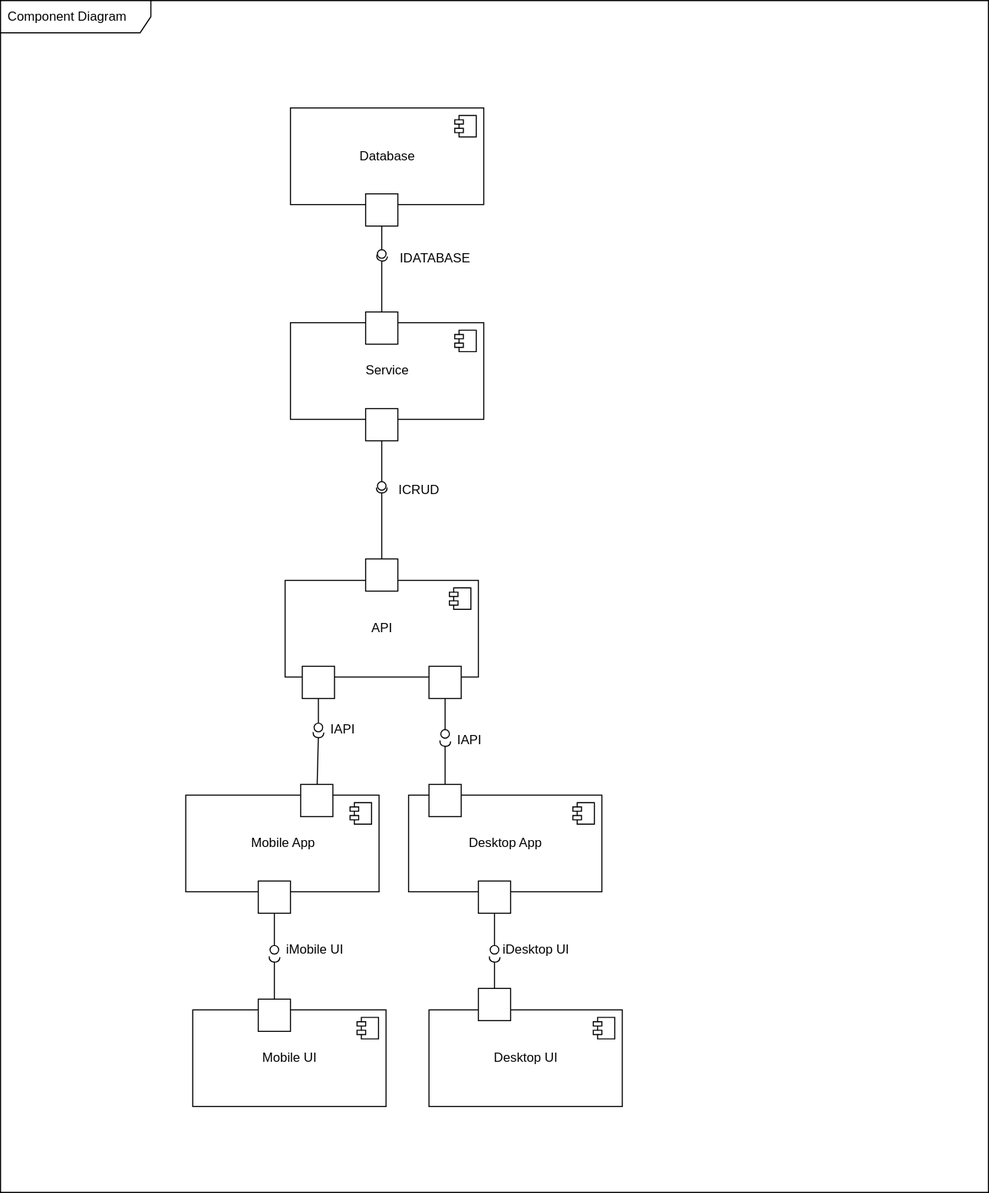
Above: Component_Diagram.svg in samuelpilusa365/myRepo (draw.io), before the change. Source tidied: cells renumbered, new cells last; positions are measured from the earlier drawing's top-left corner, leaving out a move shared by most shapes.
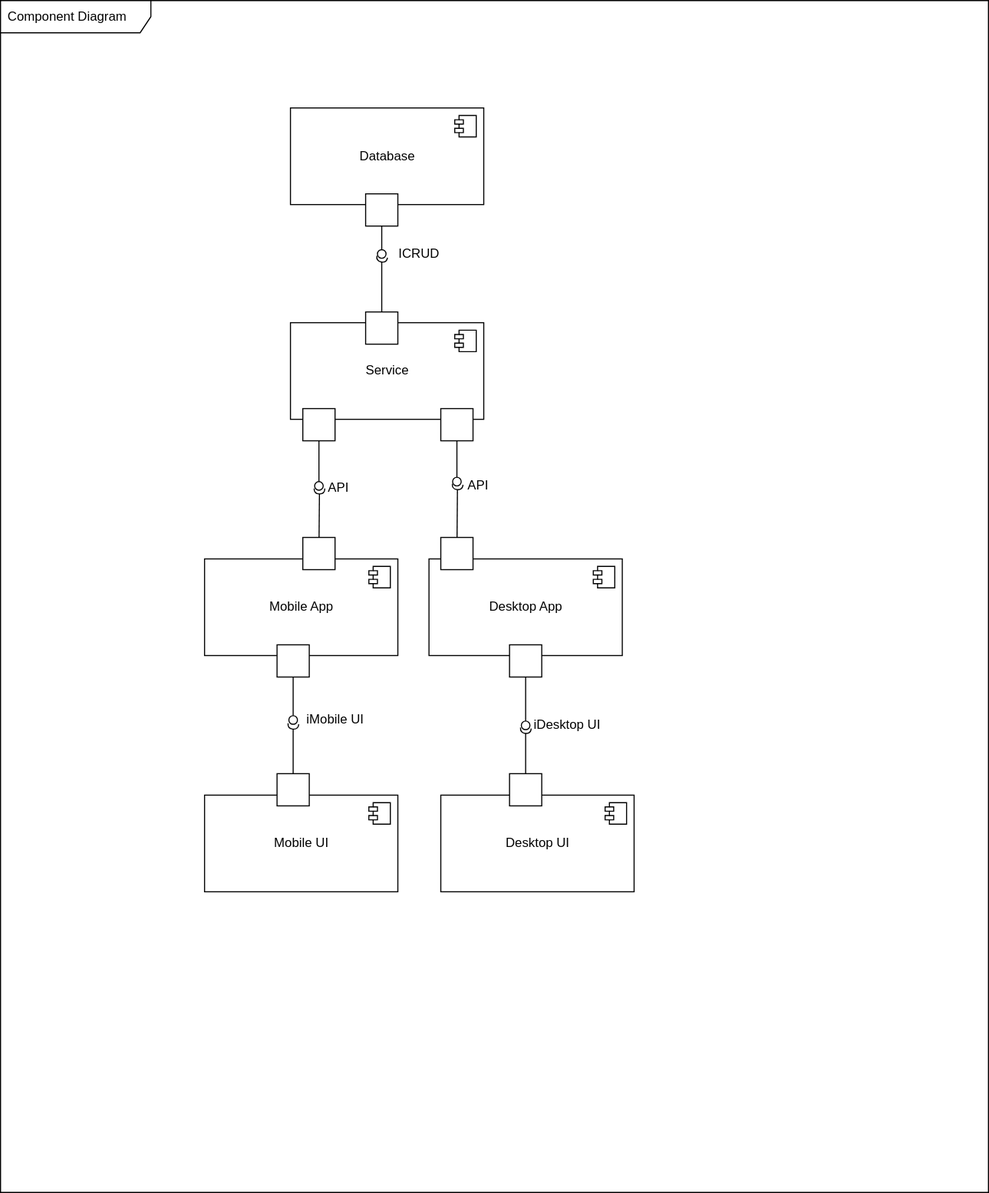
The same diagram one commit later.

Change to the diagram source:
```diff
@@ -21,8 +21,8 @@
         <mxPoint x="-27" y="7" as="offset" />
       </mxGeometry>
     </mxCell>
-    <mxCell id="7" value="API" style="html=1;" parent="1" vertex="1">
-      <mxGeometry x="265" y="540" width="180" height="90" as="geometry" />
+    <mxCell id="7" value="Mobile App" style="html=1;" parent="1" vertex="1">
+      <mxGeometry x="190" y="520" width="180" height="90" as="geometry" />
     </mxCell>
     <mxCell id="8" style="shape=module;jettyWidth=8;jettyHeight=4;" parent="7" vertex="1">
       <mxGeometry x="1" width="20" height="20" relative="1" as="geometry">
@@ -30,7 +30,7 @@
       </mxGeometry>
     </mxCell>
     <mxCell id="9" value="Desktop App" style="html=1;" parent="1" vertex="1">
-      <mxGeometry x="380" y="740" width="180" height="90" as="geometry" />
+      <mxGeometry x="399" y="520" width="180" height="90" as="geometry" />
     </mxCell>
     <mxCell id="10" style="shape=module;jettyWidth=8;jettyHeight=4;" parent="9" vertex="1">
       <mxGeometry x="1" width="20" height="20" relative="1" as="geometry">
@@ -53,110 +53,81 @@
       <mxGeometry relative="1" as="geometry" />
     </mxCell>
     <mxCell id="16" style="shape=requiredInterface;html=1;fontSize=11;align=center;fillColor=none;points=[];verticalAlign=bottom;labelPosition=center;verticalLabelPosition=top;flipH=1;rotation=-80;" parent="1" vertex="1">
-      <mxGeometry x="352.5" y="235" width="5" height="10" as="geometry" />
+      <mxGeometry x="352.5" y="236" width="5" height="10" as="geometry" />
     </mxCell>
     <mxCell id="17" style="html=1;rounded=0;" parent="1" vertex="1">
-      <mxGeometry x="340" y="380" width="30" height="30" as="geometry" />
+      <mxGeometry x="281.5" y="380" width="30" height="30" as="geometry" />
     </mxCell>
     <mxCell id="18" style="endArrow=none;html=1;rounded=0;align=center;verticalAlign=top;endFill=0;labelBackgroundColor=none;endSize=2;" parent="1" edge="1" source="17" target="19">
       <mxGeometry relative="1" as="geometry" />
     </mxCell>
     <mxCell id="19" style="ellipse;html=1;fontSize=11;align=center;fillColor=none;points=[];verticalAlign=bottom;labelPosition=center;verticalLabelPosition=top;flipH=1;" parent="1" vertex="1">
-      <mxGeometry x="351" y="448" width="8" height="8" as="geometry" />
+      <mxGeometry x="292.5" y="448" width="8" height="8" as="geometry" />
     </mxCell>
     <mxCell id="20" style="html=1;rounded=0;" parent="1" vertex="1">
-      <mxGeometry x="340" y="520" width="30" height="30" as="geometry" />
+      <mxGeometry x="281.5" y="500" width="30" height="30" as="geometry" />
     </mxCell>
     <mxCell id="21" style="endArrow=none;html=1;rounded=0;align=center;verticalAlign=top;endFill=0;labelBackgroundColor=none;endSize=2;" parent="1" edge="1" source="20" target="22">
       <mxGeometry relative="1" as="geometry" />
     </mxCell>
     <mxCell id="22" style="shape=requiredInterface;html=1;fontSize=11;align=center;fillColor=none;points=[];verticalAlign=bottom;labelPosition=center;verticalLabelPosition=top;flipH=1;rotation=-90;" parent="1" vertex="1">
-      <mxGeometry x="352.5" y="451" width="5" height="10" as="geometry" />
+      <mxGeometry x="294.5" y="452" width="5" height="10" as="geometry" />
     </mxCell>
     <mxCell id="23" style="html=1;rounded=0;" parent="1" vertex="1">
-      <mxGeometry x="399" y="620" width="30" height="30" as="geometry" />
+      <mxGeometry x="410" y="380" width="30" height="30" as="geometry" />
     </mxCell>
     <mxCell id="24" style="endArrow=none;html=1;rounded=0;align=center;verticalAlign=top;endFill=0;labelBackgroundColor=none;endSize=2;" parent="1" edge="1" source="23" target="25">
       <mxGeometry relative="1" as="geometry" />
     </mxCell>
     <mxCell id="25" style="ellipse;html=1;fontSize=11;align=center;fillColor=none;points=[];verticalAlign=bottom;labelPosition=center;verticalLabelPosition=top;flipH=1;" parent="1" vertex="1">
-      <mxGeometry x="410" y="679" width="8" height="8" as="geometry" />
+      <mxGeometry x="421" y="444" width="8" height="8" as="geometry" />
     </mxCell>
     <mxCell id="26" style="html=1;rounded=0;" parent="1" vertex="1">
-      <mxGeometry x="399" y="730" width="30" height="30" as="geometry" />
+      <mxGeometry x="410" y="500" width="30" height="30" as="geometry" />
     </mxCell>
     <mxCell id="27" style="endArrow=none;html=1;rounded=0;align=center;verticalAlign=top;endFill=0;labelBackgroundColor=none;endSize=2;" parent="1" edge="1" source="26" target="28">
       <mxGeometry relative="1" as="geometry" />
     </mxCell>
     <mxCell id="28" style="shape=requiredInterface;html=1;fontSize=11;align=center;fillColor=none;points=[];verticalAlign=bottom;labelPosition=center;verticalLabelPosition=top;flipH=1;rotation=-85;" parent="1" vertex="1">
-      <mxGeometry x="411.5" y="687" width="5" height="10" as="geometry" />
+      <mxGeometry x="423" y="448" width="5" height="10" as="geometry" />
     </mxCell>
-    <mxCell id="29" value="IDATABASE" style="text;html=1;strokeColor=none;fillColor=none;align=center;verticalAlign=middle;whiteSpace=wrap;rounded=0;" parent="1" vertex="1">
-      <mxGeometry x="385" y="230" width="40" height="20" as="geometry" />
-    </mxCell>
     <mxCell id="30" value="ICRUD" style="text;html=1;strokeColor=none;fillColor=none;align=center;verticalAlign=middle;whiteSpace=wrap;rounded=0;" parent="1" vertex="1">
-      <mxGeometry x="370" y="446" width="40" height="20" as="geometry" />
+      <mxGeometry x="370" y="226" width="40" height="20" as="geometry" />
     </mxCell>
-    <mxCell id="31" value="IAPI" style="text;html=1;strokeColor=none;fillColor=none;align=center;verticalAlign=middle;whiteSpace=wrap;rounded=0;" parent="1" vertex="1">
-      <mxGeometry x="298.5" y="669" width="40" height="20" as="geometry" />
+    <mxCell id="31" value="API" style="text;html=1;strokeColor=none;fillColor=none;align=center;verticalAlign=middle;whiteSpace=wrap;rounded=0;" parent="1" vertex="1">
+      <mxGeometry x="294.5" y="444" width="40" height="20" as="geometry" />
     </mxCell>
-    <mxCell id="32" value="Mobile App" style="html=1;" parent="1" vertex="1">
-      <mxGeometry x="172.5" y="740" width="180" height="90" as="geometry" />
-    </mxCell>
-    <mxCell id="33" style="shape=module;jettyWidth=8;jettyHeight=4;" parent="32" vertex="1">
-      <mxGeometry x="1" width="20" height="20" relative="1" as="geometry">
-        <mxPoint x="-27" y="7" as="offset" />
-      </mxGeometry>
-    </mxCell>
     <mxCell id="34" style="html=1;rounded=0;" parent="1" vertex="1">
-      <mxGeometry x="281" y="620" width="30" height="30" as="geometry" />
+      <mxGeometry x="257.5" y="600" width="30" height="30" as="geometry" />
     </mxCell>
     <mxCell id="35" style="endArrow=none;html=1;rounded=0;align=center;verticalAlign=top;endFill=0;labelBackgroundColor=none;endSize=2;" parent="1" edge="1" source="34" target="36">
       <mxGeometry relative="1" as="geometry" />
     </mxCell>
     <mxCell id="36" style="ellipse;html=1;fontSize=11;align=center;fillColor=none;points=[];verticalAlign=bottom;labelPosition=center;verticalLabelPosition=top;flipH=1;" parent="1" vertex="1">
-      <mxGeometry x="292" y="673" width="8" height="8" as="geometry" />
+      <mxGeometry x="268.5" y="666" width="8" height="8" as="geometry" />
     </mxCell>
-    <mxCell id="37" style="html=1;rounded=0;" parent="1" vertex="1">
-      <mxGeometry x="279.5" y="730" width="30" height="30" as="geometry" />
-    </mxCell>
-    <mxCell id="38" style="endArrow=none;html=1;rounded=0;align=center;verticalAlign=top;endFill=0;labelBackgroundColor=none;endSize=2;" parent="1" edge="1" source="37" target="39">
-      <mxGeometry relative="1" as="geometry" />
-    </mxCell>
-    <mxCell id="39" style="shape=requiredInterface;html=1;fontSize=11;align=center;fillColor=none;points=[];verticalAlign=bottom;labelPosition=center;verticalLabelPosition=top;flipH=1;rotation=-88;" parent="1" vertex="1">
-      <mxGeometry x="293.5" y="679" width="5" height="10" as="geometry" />
-    </mxCell>
-    <mxCell id="40" value="IAPI" style="text;html=1;strokeColor=none;fillColor=none;align=center;verticalAlign=middle;whiteSpace=wrap;rounded=0;" parent="1" vertex="1">
-      <mxGeometry x="416.5" y="679" width="40" height="20" as="geometry" />
+    <mxCell id="40" value="API" style="text;html=1;strokeColor=none;fillColor=none;align=center;verticalAlign=middle;whiteSpace=wrap;rounded=0;" parent="1" vertex="1">
+      <mxGeometry x="425" y="442" width="40" height="20" as="geometry" />
     </mxCell>
     <mxCell id="41" value="Mobile UI" style="html=1;" parent="1" vertex="1">
-      <mxGeometry x="179" y="940" width="180" height="90" as="geometry" />
+      <mxGeometry x="190" y="740" width="180" height="90" as="geometry" />
     </mxCell>
     <mxCell id="42" style="shape=module;jettyWidth=8;jettyHeight=4;" parent="41" vertex="1">
       <mxGeometry x="1" width="20" height="20" relative="1" as="geometry">
         <mxPoint x="-27" y="7" as="offset" />
       </mxGeometry>
     </mxCell>
-    <mxCell id="43" style="html=1;rounded=0;" parent="1" vertex="1">
-      <mxGeometry x="240" y="820" width="30" height="30" as="geometry" />
-    </mxCell>
-    <mxCell id="44" style="endArrow=none;html=1;rounded=0;align=center;verticalAlign=top;endFill=0;labelBackgroundColor=none;endSize=2;" parent="1" edge="1" source="43" target="45">
-      <mxGeometry relative="1" as="geometry" />
-    </mxCell>
-    <mxCell id="45" style="ellipse;html=1;fontSize=11;align=center;fillColor=none;points=[];verticalAlign=bottom;labelPosition=center;verticalLabelPosition=top;flipH=1;" parent="1" vertex="1">
-      <mxGeometry x="251" y="880" width="8" height="8" as="geometry" />
-    </mxCell>
     <mxCell id="46" style="html=1;rounded=0;" parent="1" vertex="1">
-      <mxGeometry x="240" y="930" width="30" height="30" as="geometry" />
+      <mxGeometry x="257.5" y="720" width="30" height="30" as="geometry" />
     </mxCell>
     <mxCell id="47" style="endArrow=none;html=1;rounded=0;align=center;verticalAlign=top;endFill=0;labelBackgroundColor=none;endSize=2;" parent="1" edge="1" source="46" target="48">
       <mxGeometry relative="1" as="geometry" />
     </mxCell>
     <mxCell id="48" style="shape=requiredInterface;html=1;fontSize=11;align=center;fillColor=none;points=[];verticalAlign=bottom;labelPosition=center;verticalLabelPosition=top;flipH=1;rotation=-85;" parent="1" vertex="1">
-      <mxGeometry x="252.5" y="888" width="5" height="10" as="geometry" />
+      <mxGeometry x="270" y="671" width="5" height="10" as="geometry" />
     </mxCell>
     <mxCell id="49" value="Desktop UI" style="html=1;" parent="1" vertex="1">
-      <mxGeometry x="399" y="940" width="180" height="90" as="geometry" />
+      <mxGeometry x="410" y="740" width="180" height="90" as="geometry" />
     </mxCell>
     <mxCell id="50" style="shape=module;jettyWidth=8;jettyHeight=4;" parent="49" vertex="1">
       <mxGeometry x="1" width="20" height="20" relative="1" as="geometry">
@@ -164,28 +135,28 @@
       </mxGeometry>
     </mxCell>
     <mxCell id="51" style="html=1;rounded=0;" parent="1" vertex="1">
-      <mxGeometry x="445" y="820" width="30" height="30" as="geometry" />
+      <mxGeometry x="474" y="600" width="30" height="30" as="geometry" />
     </mxCell>
     <mxCell id="52" style="endArrow=none;html=1;rounded=0;align=center;verticalAlign=top;endFill=0;labelBackgroundColor=none;endSize=2;" parent="1" edge="1" source="51" target="53">
       <mxGeometry relative="1" as="geometry" />
     </mxCell>
     <mxCell id="53" style="ellipse;html=1;fontSize=11;align=center;fillColor=none;points=[];verticalAlign=bottom;labelPosition=center;verticalLabelPosition=top;flipH=1;" parent="1" vertex="1">
-      <mxGeometry x="456" y="880" width="8" height="8" as="geometry" />
+      <mxGeometry x="485" y="671" width="8" height="8" as="geometry" />
     </mxCell>
     <mxCell id="54" style="html=1;rounded=0;" parent="1" vertex="1">
-      <mxGeometry x="445" y="920" width="30" height="30" as="geometry" />
+      <mxGeometry x="474" y="720" width="30" height="30" as="geometry" />
     </mxCell>
     <mxCell id="55" style="endArrow=none;html=1;rounded=0;align=center;verticalAlign=top;endFill=0;labelBackgroundColor=none;endSize=2;" parent="1" edge="1" source="54" target="56">
       <mxGeometry relative="1" as="geometry" />
     </mxCell>
     <mxCell id="56" style="shape=requiredInterface;html=1;fontSize=11;align=center;fillColor=none;points=[];verticalAlign=bottom;labelPosition=center;verticalLabelPosition=top;flipH=1;rotation=-85;" parent="1" vertex="1">
-      <mxGeometry x="457.5" y="888" width="5" height="10" as="geometry" />
+      <mxGeometry x="486.5" y="675" width="5" height="10" as="geometry" />
     </mxCell>
     <mxCell id="57" value="iMobile UI" style="text;html=1;strokeColor=none;fillColor=none;align=center;verticalAlign=middle;whiteSpace=wrap;rounded=0;" parent="1" vertex="1">
-      <mxGeometry x="257.5" y="874" width="70" height="20" as="geometry" />
+      <mxGeometry x="276.5" y="660" width="70" height="20" as="geometry" />
     </mxCell>
     <mxCell id="58" value="iDesktop UI" style="text;html=1;strokeColor=none;fillColor=none;align=center;verticalAlign=middle;whiteSpace=wrap;rounded=0;" parent="1" vertex="1">
-      <mxGeometry x="464" y="874" width="70" height="20" as="geometry" />
+      <mxGeometry x="493" y="665" width="70" height="20" as="geometry" />
     </mxCell>
   </root>
 </mxGraphModel>
```
